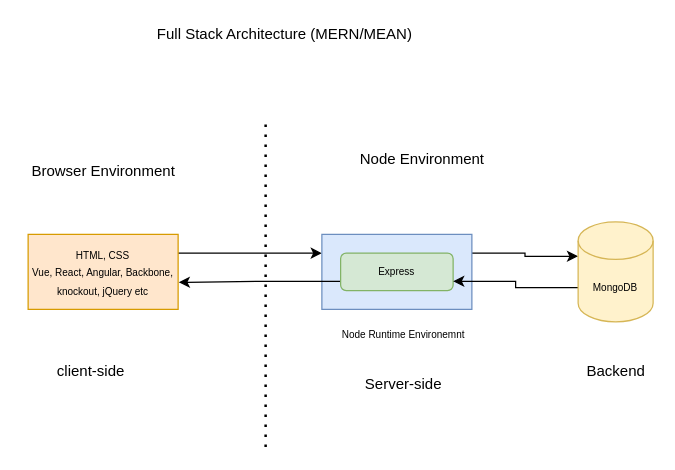
This is page "Page-1" (1 of 4) of diagrams.drawio from synergy2411/vdf-oct21, a draw.io file, before an edit. Source tidied: cells renumbered, new cells numbered last; positions are measured from the earlier drawing's top-left corner, leaving out a move shared by most shapes. Both pictures are drawn from the tidied source at 125%, with x=0, y=0 at pixel (21, 21).
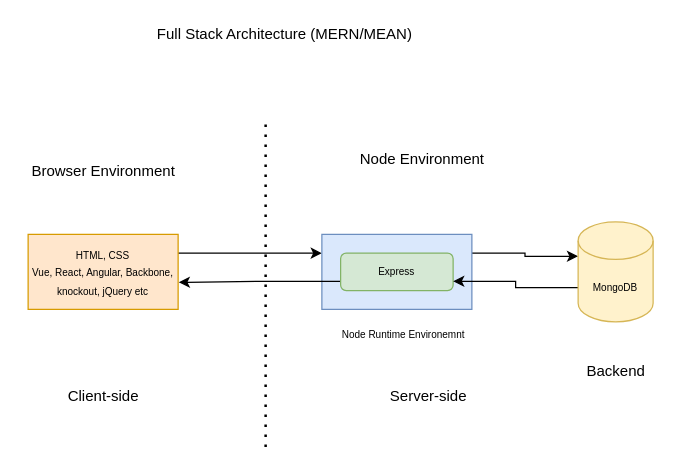
The same page after the edit.

The edit, as a diff of the source:
```diff
@@
 <mxGraphModel>
   <root>
     <mxCell id="0" />
     <mxCell id="1" parent="0" />
     <mxCell id="2" style="edgeStyle=orthogonalEdgeStyle;rounded=0;jettySize=auto;html=1;exitX=1;exitY=0.25;exitDx=0;exitDy=0;entryX=0;entryY=0.25;entryDx=0;entryDy=0;fontSize=12;" parent="1" edge="1" source="3" target="6">
       <mxGeometry relative="1" as="geometry" />
     </mxCell>
     <mxCell id="3" value="&lt;font style=&quot;font-size: 8px&quot;&gt;HTML, CSS&lt;br&gt;Vue, React, Angular, Backbone, knockout, jQuery etc&lt;/font&gt;&lt;br&gt;" style="rounded=0;whiteSpace=wrap;html=1;fillColor=#ffe6cc;strokeColor=#d79b00;" parent="1" vertex="1">
       <mxGeometry x="5" y="170" width="120" height="60" as="geometry" />
     </mxCell>
-    <mxCell id="4" value="client-side" style="text;html=1;align=center;verticalAlign=middle;strokeColor=none;fillColor=none;" parent="1" vertex="1">
-      <mxGeometry x="20" y="270" width="70" height="20" as="geometry" />
+    <mxCell id="4" value="Client-side" style="text;html=1;align=center;verticalAlign=middle;strokeColor=none;fillColor=none;" parent="1" vertex="1">
+      <mxGeometry x="30" y="290" width="70" height="20" as="geometry" />
     </mxCell>
     <mxCell id="5" style="edgeStyle=orthogonalEdgeStyle;rounded=0;jettySize=auto;html=1;exitX=1;exitY=0.25;exitDx=0;exitDy=0;entryX=0;entryY=0;entryDx=0;entryDy=27.5;entryPerimeter=0;fontSize=12;" parent="1" edge="1" source="6" target="13">
       <mxGeometry relative="1" as="geometry" />
     </mxCell>
     <mxCell id="6" style="rounded=0;whiteSpace=wrap;html=1;fillColor=#dae8fc;strokeColor=#6c8ebf;" parent="1" vertex="1">
       <mxGeometry x="240" y="170" width="120" height="60" as="geometry" />
     </mxCell>
     <mxCell id="7" value="Server-side" style="text;html=1;align=center;verticalAlign=middle;strokeColor=none;fillColor=none;" parent="1" vertex="1">
-      <mxGeometry x="265" y="280" width="80" height="20" as="geometry" />
+      <mxGeometry x="285" y="290" width="80" height="20" as="geometry" />
     </mxCell>
     <mxCell id="8" style="endArrow=none;dashed=1;html=1;dashPattern=1 3;strokeWidth=2;rounded=0;" parent="1" edge="1">
       <mxGeometry relative="1" as="geometry">
         <mxPoint x="195" y="340" as="sourcePoint" />
         <mxPoint x="195" y="80" as="targetPoint" />
       </mxGeometry>
     </mxCell>
     <mxCell id="9" value="Node Runtime Environemnt" style="text;html=1;align=center;verticalAlign=middle;strokeColor=none;fillColor=none;fontSize=8;" parent="1" vertex="1">
       <mxGeometry x="250" y="240" width="110" height="20" as="geometry" />
     </mxCell>
     <mxCell id="10" style="edgeStyle=orthogonalEdgeStyle;rounded=0;jettySize=auto;html=1;exitX=0;exitY=0.75;exitDx=0;exitDy=0;entryX=1.004;entryY=0.64;entryDx=0;entryDy=0;entryPerimeter=0;fontSize=12;" parent="1" edge="1" source="11" target="3">
       <mxGeometry relative="1" as="geometry" />
     </mxCell>
     <mxCell id="11" value="Express" style="rounded=1;whiteSpace=wrap;html=1;fontSize=8;fillColor=#d5e8d4;strokeColor=#82b366;" parent="1" vertex="1">
       <mxGeometry x="255" y="185" width="90" height="30" as="geometry" />
     </mxCell>
     <mxCell id="12" style="edgeStyle=orthogonalEdgeStyle;rounded=0;jettySize=auto;html=1;exitX=0;exitY=0;exitDx=0;exitDy=52.5;exitPerimeter=0;entryX=1;entryY=0.75;entryDx=0;entryDy=0;fontSize=12;" parent="1" edge="1" source="13" target="11">
       <mxGeometry relative="1" as="geometry" />
     </mxCell>
     <mxCell id="13" value="MongoDB" style="shape=cylinder3;whiteSpace=wrap;html=1;boundedLbl=1;backgroundOutline=1;size=15;fontSize=8;fillColor=#fff2cc;strokeColor=#d6b656;" parent="1" vertex="1">
       <mxGeometry x="445" y="160" width="60" height="80" as="geometry" />
     </mxCell>
     <mxCell id="14" value="&lt;font style=&quot;font-size: 12px&quot;&gt;Backend&lt;/font&gt;" style="text;html=1;align=center;verticalAlign=middle;strokeColor=none;fillColor=none;fontSize=8;" parent="1" vertex="1">
       <mxGeometry x="445" y="270" width="60" height="20" as="geometry" />
     </mxCell>
     <mxCell id="15" value="Full Stack Architecture (MERN/MEAN)" style="text;html=1;align=center;verticalAlign=middle;strokeColor=none;fillColor=none;fontSize=12;" parent="1" vertex="1">
       <mxGeometry x="100" width="220" height="20" as="geometry" />
     </mxCell>
     <mxCell id="16" value="Browser Environment" style="text;html=1;align=center;verticalAlign=middle;strokeColor=none;fillColor=none;fontSize=12;" parent="1" vertex="1">
       <mxGeometry y="110" width="130" height="20" as="geometry" />
     </mxCell>
     <mxCell id="17" value="Node Environment" style="text;html=1;align=center;verticalAlign=middle;strokeColor=none;fillColor=none;fontSize=12;" parent="1" vertex="1">
       <mxGeometry x="265" y="100" width="110" height="20" as="geometry" />
     </mxCell>
   </root>
 </mxGraphModel>
```
